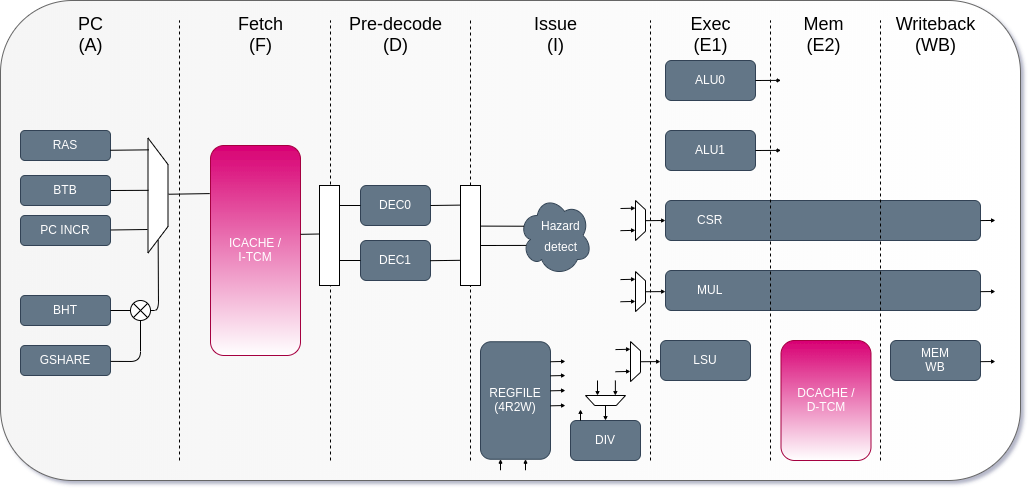
Earlier version of the draw.io export docs/biRISC-V.png (ultraembedded/biriscv). Source tidied: cells renumbered, new cells last; positions are measured from the earlier drawing's top-left corner, leaving out a move shared by most shapes.
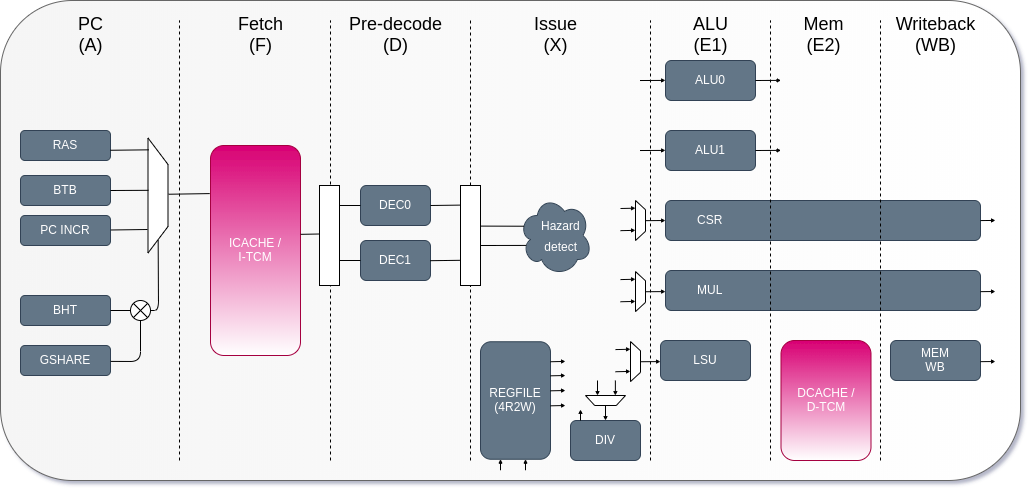
Above is the later version.

Commit message:
Update pipeline diagram stage names

What changed in the source:
```diff
@@ -44,11 +44,11 @@
     <mxCell id="14" value="Pre-decode&lt;br&gt;(D)" style="text;html=1;align=center;verticalAlign=middle;fillColor=none;strokeColor=none;rounded=0;fontSize=18;" parent="1" vertex="1">
       <mxGeometry x="340" y="10" width="110" height="50" as="geometry" />
     </mxCell>
-    <mxCell id="15" value="Issue&lt;br&gt;(I)" style="text;html=1;align=center;verticalAlign=middle;fillColor=none;strokeColor=none;rounded=0;fontSize=18;" parent="1" vertex="1">
+    <mxCell id="15" value="Issue&lt;br&gt;(X)" style="text;html=1;align=center;verticalAlign=middle;fillColor=none;strokeColor=none;rounded=0;fontSize=18;" parent="1" vertex="1">
       <mxGeometry x="525" y="10" width="60" height="50" as="geometry" />
     </mxCell>
-    <mxCell id="16" value="Exec&lt;br&gt;(E1)" style="text;html=1;align=center;verticalAlign=middle;fillColor=none;strokeColor=none;rounded=0;fontSize=18;" parent="1" vertex="1">
-      <mxGeometry x="680" y="10" width="60" height="50" as="geometry" />
+    <mxCell id="16" value="ALU&lt;br&gt;(E1)" style="text;html=1;align=center;verticalAlign=middle;fillColor=none;strokeColor=none;rounded=0;fontSize=18;" parent="1" vertex="1">
+      <mxGeometry x="685" y="10" width="50" height="50" as="geometry" />
     </mxCell>
     <mxCell id="17" value="Mem&lt;br&gt;(E2)" style="text;html=1;align=center;verticalAlign=middle;fillColor=none;strokeColor=none;rounded=0;fontSize=18;" parent="1" vertex="1">
       <mxGeometry x="792.5" y="10" width="60" height="50" as="geometry" />
@@ -343,5 +343,17 @@
         <mxPoint x="780.5" y="79.9" as="targetPoint" />
       </mxGeometry>
     </mxCell>
+    <mxCell id="81" style="endArrow=classic;html=1;fontSize=18;entryX=0.808;entryY=1.005;entryDx=0;entryDy=0;entryPerimeter=0;endSize=2;exitX=1;exitY=0.5;exitDx=0;exitDy=0;" parent="1" edge="1">
+      <mxGeometry relative="1" as="geometry">
+        <mxPoint x="639.5" y="150" as="sourcePoint" />
+        <mxPoint x="665" y="149.9" as="targetPoint" />
+      </mxGeometry>
+    </mxCell>
+    <mxCell id="82" style="endArrow=classic;html=1;fontSize=18;entryX=0.808;entryY=1.005;entryDx=0;entryDy=0;entryPerimeter=0;endSize=2;exitX=1;exitY=0.5;exitDx=0;exitDy=0;" parent="1" edge="1">
+      <mxGeometry relative="1" as="geometry">
+        <mxPoint x="639.5" y="80" as="sourcePoint" />
+        <mxPoint x="665" y="79.9" as="targetPoint" />
+      </mxGeometry>
+    </mxCell>
   </root>
 </mxGraphModel>
```
